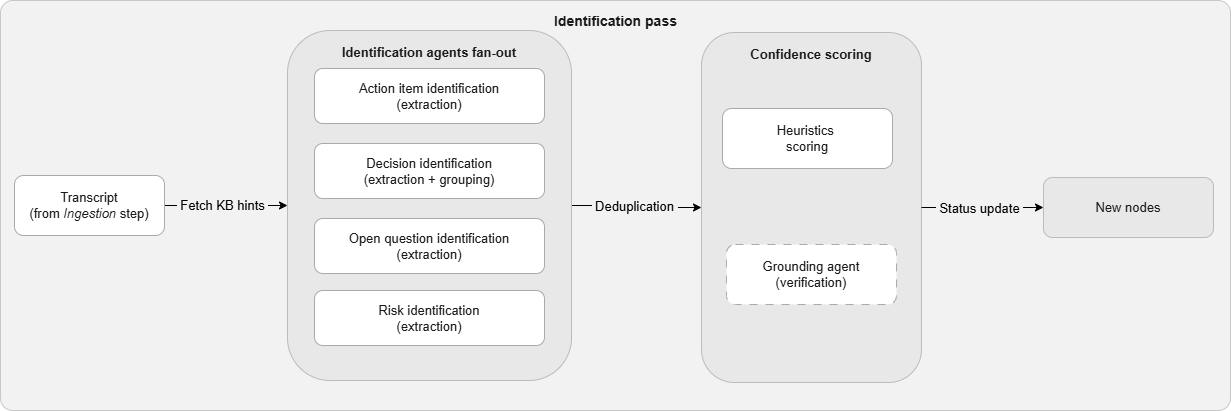
This is thesis/figures/identification_flow.drawio.png from josepmafe/seshat, a draw.io export, as it was before one commit. Source tidied: cells renumbered, new cells last; positions are measured from the earlier drawing's top-left corner, leaving out a move shared by most shapes.
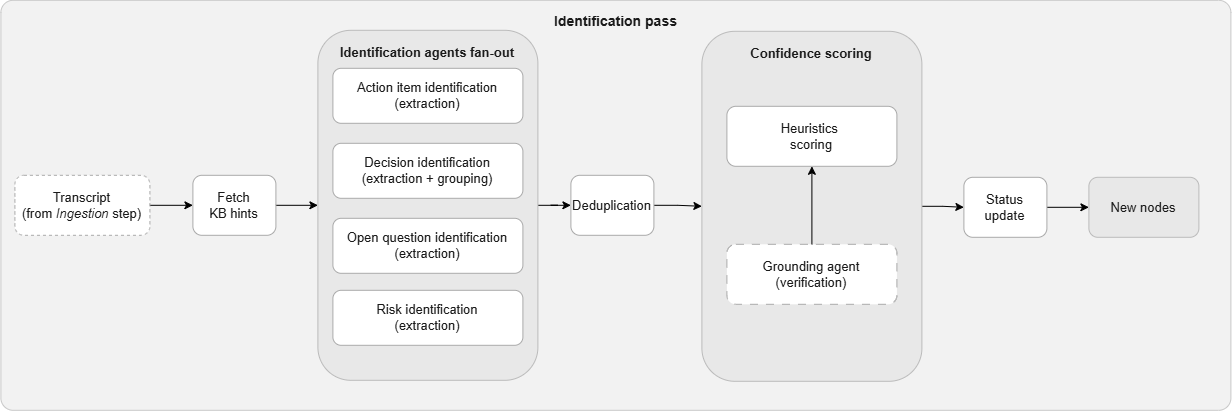
After the commit.

What changed in the source:
```diff
@@ -5,57 +5,65 @@
     <mxCell id="2" value="&lt;font style=&quot;font-size: 14px;&quot;&gt;Identification pass&lt;/font&gt;" style="rounded=1;arcSize=3;verticalAlign=top;html=1;fillColor=#f2f2f2;strokeColor=#c8c8c8;fontStyle=1;fontSize=13;fontFamily=Arial;fontColor=#1a1a1a;spacingTop=6;" parent="1" vertex="1">
       <mxGeometry width="1230" height="410" as="geometry" />
     </mxCell>
+    <mxCell id="19" style="edgeStyle=orthogonalEdgeStyle;rounded=0;jettySize=auto;html=1;entryX=0;entryY=0.5;entryDx=0;entryDy=0;" parent="1" edge="1" source="3" target="15">
+      <mxGeometry relative="1" as="geometry" />
+    </mxCell>
     <mxCell id="3" value="Confidence scoring" style="rounded=1;whiteSpace=wrap;html=1;fillColor=#e8e8e8;strokeColor=#bbbbbb;fontSize=13;fontFamily=Arial;fontColor=#1a1a1a;fontStyle=1;verticalAlign=top;spacingTop=8;" parent="1" vertex="1">
-      <mxGeometry x="701" y="32" width="220" height="350" as="geometry" />
+      <mxGeometry x="701" y="31" width="220" height="350" as="geometry" />
     </mxCell>
-    <mxCell id="4" style="edgeStyle=orthogonalEdgeStyle;rounded=0;jettySize=auto;html=1;fontSize=13;entryX=0;entryY=0.5;entryDx=0;entryDy=0;" parent="1" edge="1" source="6" target="3">
-      <mxGeometry relative="1" as="geometry" />
-    </mxCell>
-    <mxCell id="5" value="&amp;nbsp;Deduplication&amp;nbsp;" style="edgeLabel;html=1;align=center;verticalAlign=middle;points=[];labelBackgroundColor=light-dark(#f2f2f2, #ededed);fontSize=13;" parent="4" vertex="1">
-      <mxGeometry x="-0.02" relative="1" as="geometry">
-        <mxPoint x="-3" as="offset" />
-      </mxGeometry>
-    </mxCell>
+    <mxCell id="20" style="edgeStyle=orthogonalEdgeStyle;rounded=0;jettySize=auto;html=1;" parent="1" edge="1" source="9" target="8">
+      <mxGeometry relative="1" as="geometry" />
+    </mxCell>
+    <mxCell id="9" value="Transcript&lt;br&gt;(from &lt;i&gt;Ingestion &lt;/i&gt;step)" style="rounded=1;whiteSpace=wrap;html=1;fillColor=#ffffff;strokeColor=#aaaaaa;fontSize=13;fontFamily=Arial;fontColor=#1a1a1a;dashed=1;" parent="1" vertex="1">
+      <mxGeometry x="14" y="175" width="135" height="60" as="geometry" />
+    </mxCell>
+    <mxCell id="21" style="edgeStyle=orthogonalEdgeStyle;rounded=0;jettySize=auto;html=1;" parent="1" edge="1" source="16" target="18">
+      <mxGeometry relative="1" as="geometry" />
+    </mxCell>
+    <mxCell id="16" value="Grounding agent&lt;br&gt;(verification)" style="rounded=1;whiteSpace=wrap;html=1;fillColor=#ffffff;strokeColor=#aaaaaa;fontSize=13;fontFamily=Arial;fontColor=#1a1a1a;dashed=1;dashPattern=8 8;" parent="1" vertex="1">
+      <mxGeometry x="726" y="244" width="170" height="60" as="geometry" />
+    </mxCell>
+    <mxCell id="17" value="New nodes" style="rounded=1;whiteSpace=wrap;html=1;fillColor=#e8e8e8;strokeColor=#bbbbbb;fontSize=13;fontFamily=Arial;fontColor=#1a1a1a;" parent="1" vertex="1">
+      <mxGeometry x="1088" y="177" width="110" height="60" as="geometry" />
+    </mxCell>
+    <mxCell id="18" value="Heuristics&amp;nbsp;&lt;div&gt;scoring&lt;/div&gt;" style="rounded=1;whiteSpace=wrap;html=1;fillColor=#ffffff;strokeColor=#aaaaaa;fontSize=13;fontFamily=Arial;fontColor=#1a1a1a;" parent="1" vertex="1">
+      <mxGeometry x="726" y="106" width="170" height="60" as="geometry" />
+    </mxCell>
+    <mxCell id="22" style="edgeStyle=orthogonalEdgeStyle;rounded=0;jettySize=auto;html=1;entryX=0;entryY=0.5;entryDx=0;entryDy=0;" parent="1" edge="1" source="6" target="5">
+      <mxGeometry relative="1" as="geometry" />
+    </mxCell>
     <mxCell id="6" value="Identification agents fan-out" style="rounded=1;whiteSpace=wrap;html=1;fillColor=#e8e8e8;strokeColor=#bbbbbb;fontSize=13;fontFamily=Arial;fontColor=#1a1a1a;fontStyle=1;verticalAlign=top;spacingTop=8;" parent="1" vertex="1">
-      <mxGeometry x="287" y="30" width="284" height="350" as="geometry" />
+      <mxGeometry x="317" y="30" width="220" height="350" as="geometry" />
     </mxCell>
-    <mxCell id="7" style="edgeStyle=orthogonalEdgeStyle;rounded=0;jettySize=auto;html=1;exitX=1;exitY=0.5;exitDx=0;exitDy=0;entryX=0;entryY=0.5;entryDx=0;entryDy=0;fontSize=13;" parent="1" edge="1" source="9" target="6">
-      <mxGeometry relative="1" as="geometry" />
-    </mxCell>
-    <mxCell id="8" value="&lt;span style=&quot;&quot;&gt;&amp;nbsp;Fetch KB hints&amp;nbsp;&lt;/span&gt;" style="edgeLabel;html=1;align=center;verticalAlign=middle;points=[];fontSize=13;labelBackgroundColor=light-dark(#f2f2f2, #ededed);" parent="7" vertex="1">
-      <mxGeometry x="-0.07" y="1" relative="1" as="geometry" />
-    </mxCell>
-    <mxCell id="9" value="Transcript&lt;br&gt;(from &lt;i&gt;Ingestion &lt;/i&gt;step)" style="rounded=1;whiteSpace=wrap;html=1;fillColor=#ffffff;strokeColor=#aaaaaa;fontSize=13;fontFamily=Arial;fontColor=#1a1a1a;" parent="1" vertex="1">
-      <mxGeometry x="14" y="175" width="150" height="60" as="geometry" />
-    </mxCell>
     <mxCell id="10" value="Action item identification&lt;br&gt;(extraction)" style="rounded=1;whiteSpace=wrap;html=1;fillColor=#ffffff;strokeColor=#aaaaaa;fontSize=13;fontFamily=Arial;fontColor=#1a1a1a;" parent="1" vertex="1">
-      <mxGeometry x="314" y="68" width="230" height="55" as="geometry" />
+      <mxGeometry x="332" y="68" width="190" height="55" as="geometry" />
     </mxCell>
     <mxCell id="11" value="Decision identification&lt;br&gt;(extraction + grouping)" style="rounded=1;whiteSpace=wrap;html=1;fillColor=#ffffff;strokeColor=#aaaaaa;fontSize=13;fontFamily=Arial;fontColor=#1a1a1a;" parent="1" vertex="1">
-      <mxGeometry x="314" y="143" width="230" height="55" as="geometry" />
+      <mxGeometry x="332" y="143" width="190" height="55" as="geometry" />
     </mxCell>
     <mxCell id="12" value="Open question identification&lt;br&gt;(extraction)" style="rounded=1;whiteSpace=wrap;html=1;fillColor=#ffffff;strokeColor=#aaaaaa;fontSize=13;fontFamily=Arial;fontColor=#1a1a1a;" parent="1" vertex="1">
-      <mxGeometry x="314" y="218" width="230" height="55" as="geometry" />
+      <mxGeometry x="332" y="218" width="190" height="55" as="geometry" />
     </mxCell>
     <mxCell id="13" value="Risk identification&lt;br&gt;(extraction)" style="rounded=1;whiteSpace=wrap;html=1;fillColor=#ffffff;strokeColor=#aaaaaa;fontSize=13;fontFamily=Arial;fontColor=#1a1a1a;" parent="1" vertex="1">
-      <mxGeometry x="314" y="290" width="230" height="55" as="geometry" />
+      <mxGeometry x="332" y="290" width="190" height="55" as="geometry" />
     </mxCell>
-    <mxCell id="14" style="edgeStyle=orthogonalEdgeStyle;rounded=0;jettySize=auto;html=1;entryX=0;entryY=0.5;entryDx=0;entryDy=0;fontSize=13;exitX=1;exitY=0.5;exitDx=0;exitDy=0;" parent="1" edge="1" source="3" target="17">
-      <mxGeometry relative="1" as="geometry" />
-    </mxCell>
+    <mxCell id="23" style="edgeStyle=orthogonalEdgeStyle;rounded=0;jettySize=auto;html=1;entryX=0;entryY=0.5;entryDx=0;entryDy=0;" parent="1" edge="1" source="8" target="6">
+      <mxGeometry relative="1" as="geometry" />
+    </mxCell>
+    <mxCell id="8" value="Fetch&lt;div&gt;KB hints&lt;/div&gt;" style="rounded=1;whiteSpace=wrap;html=1;fillColor=#ffffff;strokeColor=#aaaaaa;fontSize=13;fontFamily=Arial;fontColor=#1a1a1a;" parent="1" vertex="1">
+      <mxGeometry x="192" y="175" width="83" height="60" as="geometry" />
+    </mxCell>
+    <mxCell id="24" style="edgeStyle=orthogonalEdgeStyle;rounded=0;jettySize=auto;html=1;entryX=0;entryY=0.5;entryDx=0;entryDy=0;" parent="1" edge="1" source="5" target="3">
+      <mxGeometry relative="1" as="geometry" />
+    </mxCell>
+    <mxCell id="5" value="Deduplication" style="rounded=1;whiteSpace=wrap;html=1;fillColor=#ffffff;strokeColor=#aaaaaa;fontSize=13;fontFamily=Arial;fontColor=#1a1a1a;" parent="1" vertex="1">
+      <mxGeometry x="570" y="175" width="83" height="60" as="geometry" />
+    </mxCell>
+    <mxCell id="25" style="edgeStyle=orthogonalEdgeStyle;rounded=0;jettySize=auto;html=1;" parent="1" edge="1" source="15" target="17">
+      <mxGeometry relative="1" as="geometry" />
+    </mxCell>
-    <mxCell id="15" value="&amp;nbsp;Status update&amp;nbsp;" style="edgeLabel;html=1;align=center;verticalAlign=middle;points=[];labelBackgroundColor=light-dark(#f2f2f2, #ededed);fontSize=13;" parent="14" vertex="1">
-      <mxGeometry relative="1" as="geometry">
-        <mxPoint x="-4" as="offset" />
-      </mxGeometry>
+    <mxCell id="15" value="Status&lt;div&gt;update&lt;/div&gt;" style="rounded=1;whiteSpace=wrap;html=1;fillColor=#ffffff;strokeColor=#aaaaaa;fontSize=13;fontFamily=Arial;fontColor=#1a1a1a;" parent="1" vertex="1">
+      <mxGeometry x="963" y="177" width="83" height="60" as="geometry" />
     </mxCell>
-    <mxCell id="16" value="Grounding agent&lt;br&gt;(verification)" style="rounded=1;whiteSpace=wrap;html=1;fillColor=#ffffff;strokeColor=#aaaaaa;fontSize=13;fontFamily=Arial;fontColor=#1a1a1a;dashed=1;dashPattern=8 8;" parent="1" vertex="1">
-      <mxGeometry x="726" y="244" width="170" height="60" as="geometry" />
-    </mxCell>
-    <mxCell id="17" value="New nodes" style="rounded=1;whiteSpace=wrap;html=1;fillColor=#e8e8e8;strokeColor=#bbbbbb;fontSize=13;fontFamily=Arial;fontColor=#1a1a1a;" parent="1" vertex="1">
-      <mxGeometry x="1043" y="177" width="170" height="60" as="geometry" />
-    </mxCell>
-    <mxCell id="18" value="Heuristics&amp;nbsp;&lt;div&gt;scoring&lt;/div&gt;" style="rounded=1;whiteSpace=wrap;html=1;fillColor=#ffffff;strokeColor=#aaaaaa;fontSize=13;fontFamily=Arial;fontColor=#1a1a1a;" parent="1" vertex="1">
-      <mxGeometry x="722" y="108" width="170" height="60" as="geometry" />
-    </mxCell>
   </root>
 </mxGraphModel>
```
